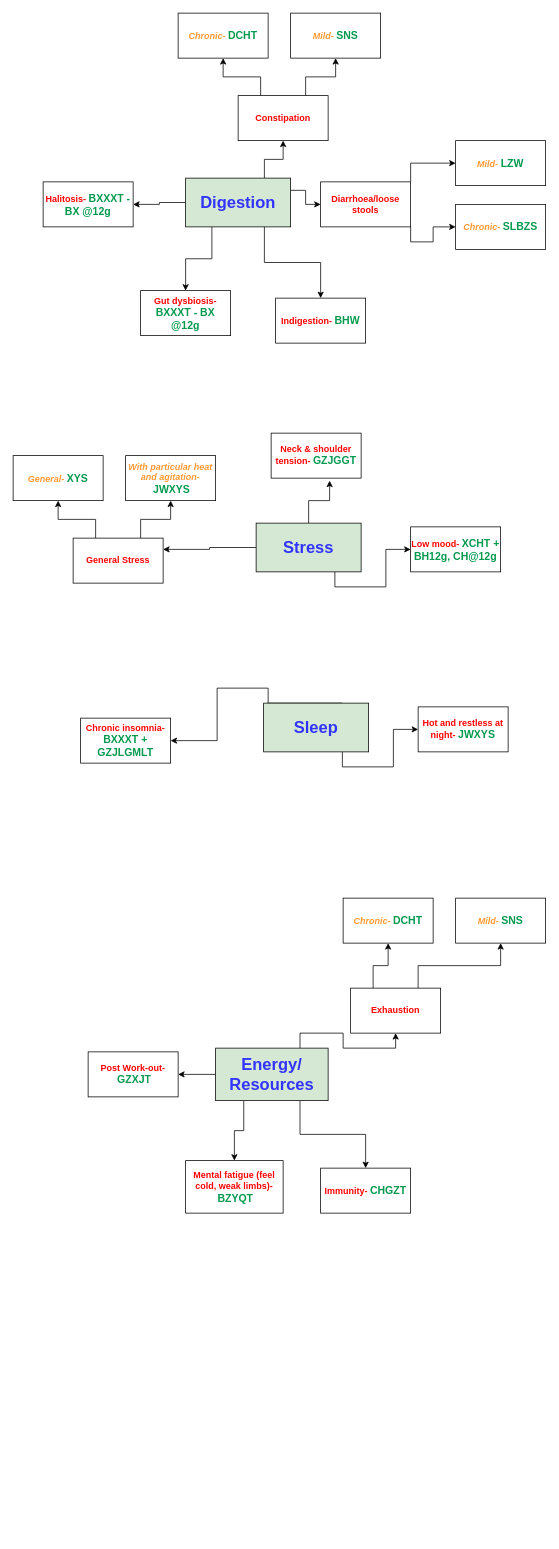
Earlier version of the draw.io diagram Untitled Diagram.drawio (danielkellydev/portfoliowebsite). Source tidied: cells renumbered, new cells numbered last; positions are measured from the earlier drawing's top-left corner, leaving out a move shared by most shapes. Both pictures are drawn from the tidied source at 75%, with x=0, y=0 at pixel (13, 13).
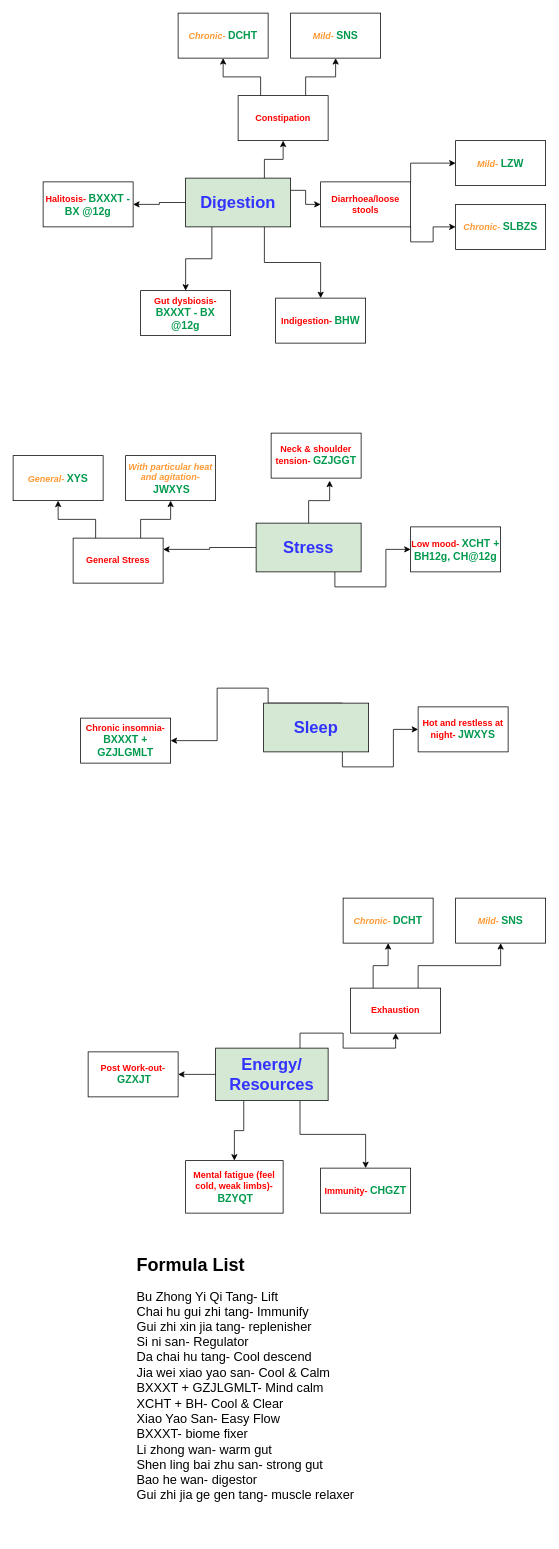
Above is the later version.

The edit, as a diff of the source:
```diff
@@
+    <mxCell id="50" value="&lt;h1&gt;Formula List&lt;/h1&gt;&lt;p style=&quot;font-size: 17px;&quot;&gt;Bu Zhong Yi Qi Tang- Lift&lt;br&gt;Chai hu gui zhi tang- Immunify&lt;br&gt;Gui zhi xin jia tang- replenisher&amp;nbsp;&lt;br&gt;Si ni san- Regulator&lt;br&gt;Da chai hu tang- Cool descend&lt;br&gt;Jia wei xiao yao san- Cool &amp;amp; Calm&lt;br&gt;BXXXT + GZJLGMLT- Mind calm&lt;br&gt;XCHT + BH- Cool &amp;amp; Clear&lt;br&gt;Xiao Yao San- Easy Flow&lt;br&gt;BXXXT- biome fixer&lt;br&gt;Li zhong wan- warm gut&lt;br&gt;Shen ling bai zhu san- strong gut&lt;br&gt;Bao he wan- digestor&amp;nbsp;&lt;br&gt;Gui zhi jia ge gen tang- muscle relaxer&lt;/p&gt;" style="text;html=1;strokeColor=none;fillColor=none;spacing=5;spacingTop=-20;whiteSpace=wrap;overflow=hidden;rounded=0;" parent="1" vertex="1">
+      <mxGeometry x="160" y="1650" width="380" height="380" as="geometry" />
+    </mxCell>
```
